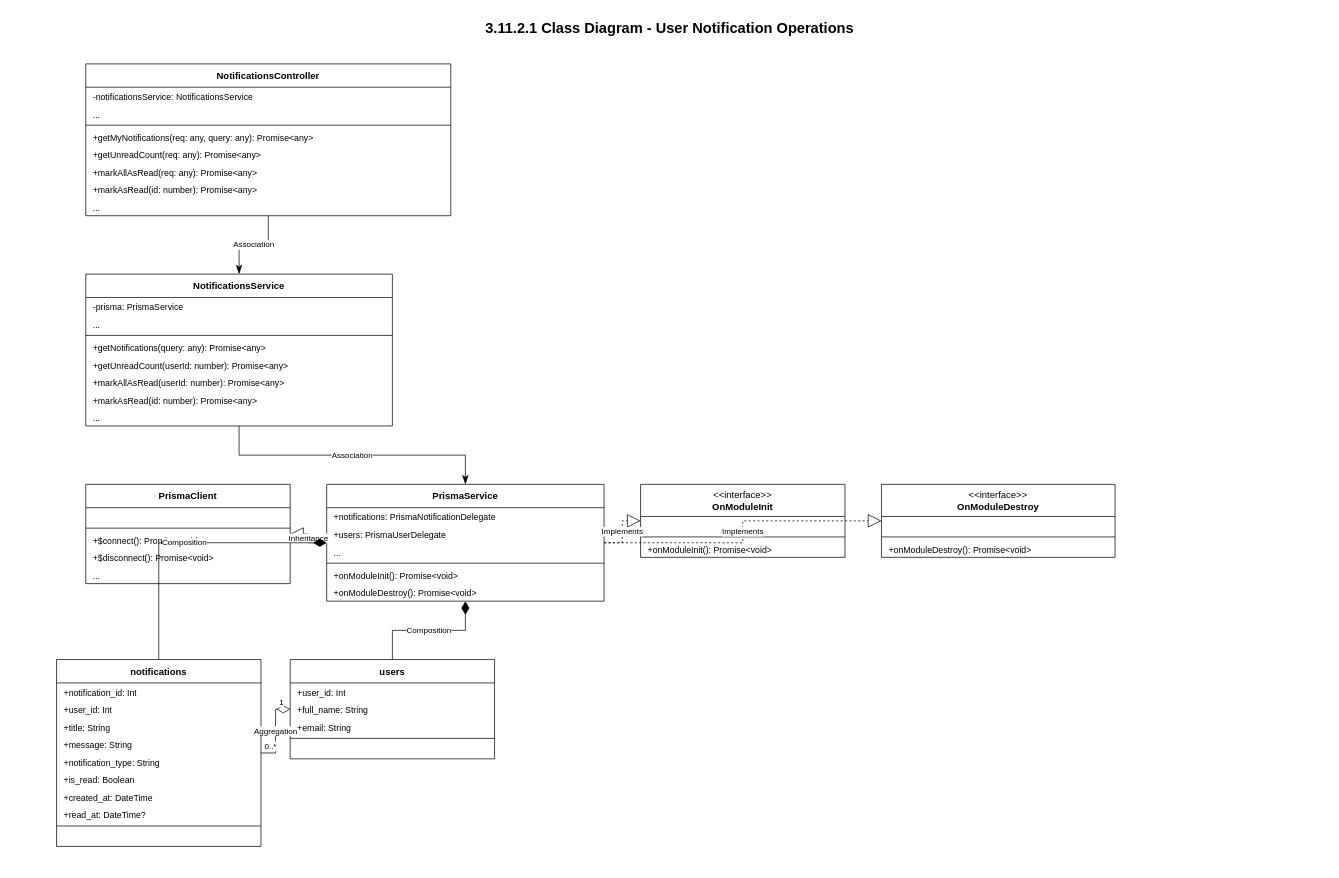
Earlier version of the draw.io diagram page "User Notification Operations" (2 of 3) of notifications_all_class_diagrams.drawio (CuongBC195/class-diagram-donation-blood). Source tidied: cells renumbered, new cells numbered last; positions are measured from the earlier drawing's top-left corner, leaving out a move shared by most shapes. Both pictures are drawn from the tidied source at 73%, with x=0, y=0 at pixel (12, 12).
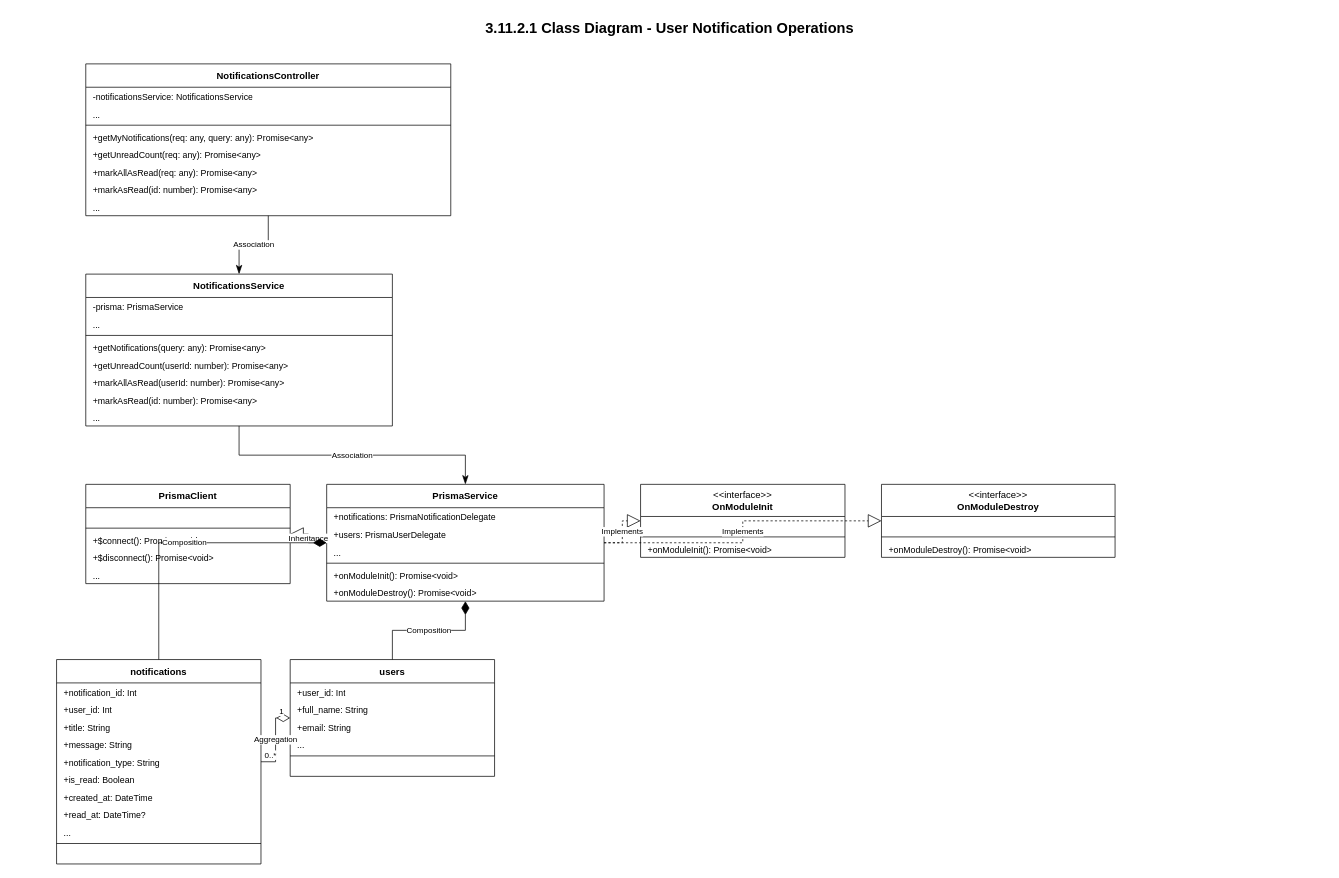
The same diagram, later.

The edit, as a diff of the source:
```diff
@@
     <mxCell id="42" value="&lt;b&gt;notifications&lt;/b&gt;" style="swimlane;fontStyle=0;horizontal=1;startSize=32;whiteSpace=wrap;html=1;fillColor=#ffffff;strokeColor=#000000;swimlaneFillColor=#ffffff;fontColor=#000000;fontFamily=Arial;fontSize=13;" parent="1" vertex="1">
-      <mxGeometry x="60" y="886" width="280" height="256" as="geometry" />
+      <mxGeometry x="60" y="886" width="280" height="280" as="geometry" />
     </mxCell>
@@
+    <mxCell id="69" value="..." style="text;strokeColor=none;fillColor=none;align=left;verticalAlign=top;spacingLeft=8;spacingRight=8;overflow=hidden;whiteSpace=wrap;html=1;fontFamily=Arial;fontSize=12;fontColor=#000000;" parent="42" vertex="1">
+      <mxGeometry y="224" width="280" height="24" as="geometry" />
+    </mxCell>
     <mxCell id="51" style="line;strokeWidth=1;fillColor=none;strokeColor=#000000;align=left;verticalAlign=middle;" parent="42" vertex="1">
-      <mxGeometry y="224" width="280" height="8" as="geometry" />
+      <mxGeometry y="248" width="280" height="8" as="geometry" />
     </mxCell>
     <mxCell id="52" value=" " style="text;strokeColor=none;fillColor=none;align=left;verticalAlign=top;spacingLeft=8;spacingRight=8;overflow=hidden;whiteSpace=wrap;html=1;fontFamily=Arial;fontSize=12;fontColor=#000000;" parent="42" vertex="1">
-      <mxGeometry y="232" width="280" height="24" as="geometry" />
+      <mxGeometry y="256" width="280" height="24" as="geometry" />
     </mxCell>
     <mxCell id="53" value="&lt;b&gt;users&lt;/b&gt;" style="swimlane;fontStyle=0;horizontal=1;startSize=32;whiteSpace=wrap;html=1;fillColor=#ffffff;strokeColor=#000000;swimlaneFillColor=#ffffff;fontColor=#000000;fontFamily=Arial;fontSize=13;" parent="1" vertex="1">
-      <mxGeometry x="380" y="886" width="280" height="136" as="geometry" />
+      <mxGeometry x="380" y="886" width="280" height="160" as="geometry" />
     </mxCell>
@@
+    <mxCell id="70" value="..." style="text;strokeColor=none;fillColor=none;align=left;verticalAlign=top;spacingLeft=8;spacingRight=8;overflow=hidden;whiteSpace=wrap;html=1;fontFamily=Arial;fontSize=12;fontColor=#000000;" parent="53" vertex="1">
+      <mxGeometry y="104" width="280" height="24" as="geometry" />
+    </mxCell>
     <mxCell id="57" style="line;strokeWidth=1;fillColor=none;strokeColor=#000000;align=left;verticalAlign=middle;" parent="53" vertex="1">
-      <mxGeometry y="104" width="280" height="8" as="geometry" />
+      <mxGeometry y="128" width="280" height="8" as="geometry" />
     </mxCell>
     <mxCell id="58" value=" " style="text;strokeColor=none;fillColor=none;align=left;verticalAlign=top;spacingLeft=8;spacingRight=8;overflow=hidden;whiteSpace=wrap;html=1;fontFamily=Arial;fontSize=12;fontColor=#000000;" parent="53" vertex="1">
-      <mxGeometry y="112" width="280" height="24" as="geometry" />
+      <mxGeometry y="136" width="280" height="24" as="geometry" />
     </mxCell>
```
